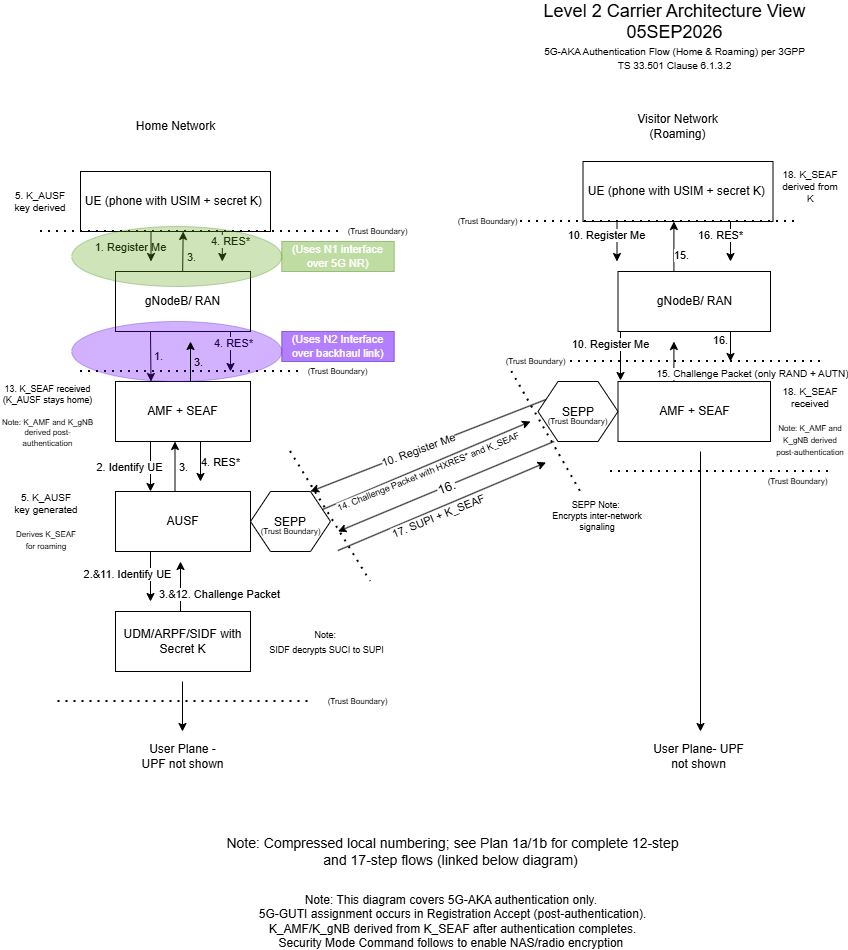
Sully-code/Security_Plus_Systems_Project keeps this draw.io diagram as Missions/Mission 01/M1 Execution Docs/Phase 1/Segment 1.2/Level 2 Diagram.png. Above is the earlier version. Source tidied: cells renumbered, new cells last; positions are measured from the earlier drawing's top-left corner, leaving out a move shared by most shapes.
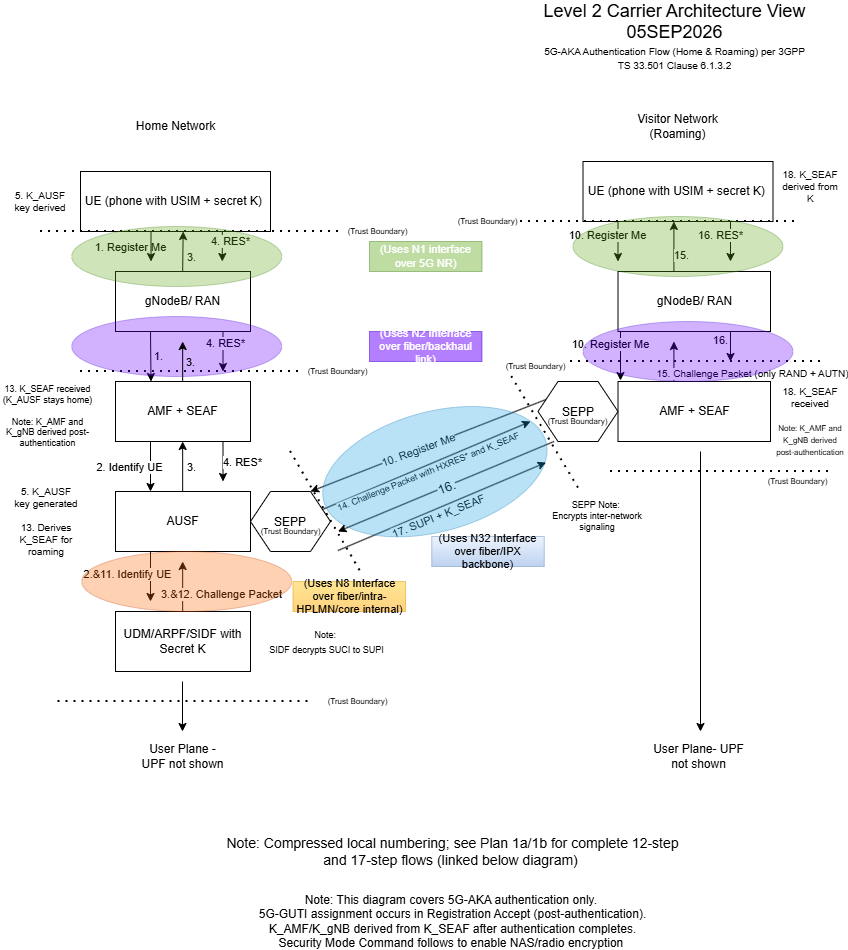
After the change.

Commit message:
Transport markings added to diagram

The edit, as a diff of the source:
```diff
@@ -73,8 +73,8 @@
     </mxCell>
     <mxCell id="20" style="endArrow=classic;html=1;rounded=0;" parent="1" edge="1">
       <mxGeometry relative="1" as="geometry">
-        <mxPoint x="180" y="610" as="sourcePoint" />
-        <mxPoint x="180" y="560" as="targetPoint" />
+        <mxPoint x="182.2" y="610" as="sourcePoint" />
+        <mxPoint x="182.2" y="560" as="targetPoint" />
       </mxGeometry>
     </mxCell>
     <mxCell id="21" value="3.&amp;amp;12. Challenge Packet" style="edgeLabel;html=1;align=center;verticalAlign=middle;" parent="20" vertex="1">
@@ -84,8 +84,8 @@
     </mxCell>
     <mxCell id="22" style="endArrow=classic;html=1;rounded=0;" parent="1" edge="1">
       <mxGeometry relative="1" as="geometry">
-        <mxPoint x="174.5" y="490" as="sourcePoint" />
-        <mxPoint x="174.5" y="440" as="targetPoint" />
+        <mxPoint x="182.2" y="490" as="sourcePoint" />
+        <mxPoint x="182.2" y="440" as="targetPoint" />
       </mxGeometry>
     </mxCell>
     <mxCell id="23" value="3." style="edgeLabel;html=1;align=center;verticalAlign=middle;" parent="22" vertex="1">
@@ -106,8 +106,8 @@
     </mxCell>
     <mxCell id="26" style="endArrow=classic;html=1;rounded=0;" parent="1" edge="1">
       <mxGeometry relative="1" as="geometry">
-        <mxPoint x="230" y="330" as="sourcePoint" />
-        <mxPoint x="230" y="370" as="targetPoint" />
+        <mxPoint x="222.5" y="330" as="sourcePoint" />
+        <mxPoint x="222.5" y="370" as="targetPoint" />
       </mxGeometry>
     </mxCell>
     <mxCell id="27" value="4. RES*" style="edgeLabel;html=1;align=center;verticalAlign=middle;" parent="26" vertex="1">
@@ -117,8 +117,8 @@
     </mxCell>
     <mxCell id="28" style="endArrow=classic;html=1;rounded=0;" parent="1" edge="1">
       <mxGeometry relative="1" as="geometry">
-        <mxPoint x="200" y="440" as="sourcePoint" />
-        <mxPoint x="200" y="480" as="targetPoint" />
+        <mxPoint x="222.5" y="440" as="sourcePoint" />
+        <mxPoint x="222.5" y="480" as="targetPoint" />
       </mxGeometry>
     </mxCell>
     <mxCell id="29" value="4. RES*" style="edgeLabel;html=1;align=center;verticalAlign=middle;" parent="28" vertex="1">
@@ -126,7 +126,7 @@
         <mxPoint x="19" as="offset" />
       </mxGeometry>
     </mxCell>
-    <mxCell id="30" value="5. K_AUSF key generated&lt;div&gt;&lt;br&gt;&lt;/div&gt;&lt;div&gt;&lt;font style=&quot;font-size: 8px;&quot;&gt;Derives K_SEAF for roaming&lt;/font&gt;&lt;/div&gt;" style="text;html=1;whiteSpace=wrap;strokeColor=none;fillColor=none;align=center;verticalAlign=middle;rounded=0;fontSize=10;" parent="1" vertex="1">
+    <mxCell id="30" value="5. K_AUSF key generated&lt;div&gt;&lt;br&gt;&lt;/div&gt;&lt;div&gt;&lt;font&gt;13. Derives K_SEAF for roaming&lt;/font&gt;&lt;/div&gt;" style="text;html=1;whiteSpace=wrap;strokeColor=none;fillColor=none;align=center;verticalAlign=middle;rounded=0;fontSize=10;" parent="1" vertex="1">
       <mxGeometry x="11.2" y="505" width="70" height="30" as="geometry" />
     </mxCell>
     <mxCell id="31" value="5. K_AUSF key derived" style="text;html=1;whiteSpace=wrap;strokeColor=none;fillColor=none;align=center;verticalAlign=middle;rounded=0;fontSize=10;" parent="1" vertex="1">
@@ -134,8 +134,8 @@
     </mxCell>
     <mxCell id="32" style="endArrow=classic;html=1;rounded=0;" parent="1" edge="1">
       <mxGeometry relative="1" as="geometry">
-        <mxPoint x="616.5" y="220" as="sourcePoint" />
-        <mxPoint x="616.5" y="260" as="targetPoint" />
+        <mxPoint x="617.5" y="220" as="sourcePoint" />
+        <mxPoint x="617.5" y="260" as="targetPoint" />
       </mxGeometry>
     </mxCell>
     <mxCell id="33" value="10. Register Me" style="edgeLabel;html=1;align=center;verticalAlign=middle;" parent="32" vertex="1">
@@ -238,7 +238,7 @@
         <mxPoint y="1" as="offset" />
       </mxGeometry>
     </mxCell>
-    <mxCell id="53" value="13. K_SEAF received (K_AUSF stays home)&lt;div&gt;&lt;br&gt;&lt;div&gt;&lt;font style=&quot;font-size: 8px;&quot;&gt;Note: K_AMF and K_gNB derived post-authentication&lt;/font&gt;&lt;/div&gt;&lt;/div&gt;" style="text;html=1;whiteSpace=wrap;strokeColor=none;fillColor=none;align=center;verticalAlign=middle;rounded=0;fontSize=9;" parent="1" vertex="1">
+    <mxCell id="53" value="13. K_SEAF received (K_AUSF stays home)&lt;div&gt;&lt;br&gt;&lt;div&gt;&lt;font&gt;Note: K_AMF and K_gNB derived post-authentication&lt;/font&gt;&lt;/div&gt;&lt;/div&gt;" style="text;html=1;whiteSpace=wrap;strokeColor=none;fillColor=none;align=center;verticalAlign=middle;rounded=0;fontSize=9;" parent="1" vertex="1">
       <mxGeometry y="400" width="95" height="30" as="geometry" />
     </mxCell>
     <mxCell id="54" style="endArrow=classic;html=1;rounded=0;exitX=1;exitY=0.25;exitDx=0;exitDy=0;" parent="1" edge="1">
@@ -266,7 +266,7 @@
     <mxCell id="59" style="endArrow=none;dashed=1;html=1;dashPattern=1 3;strokeWidth=2;rounded=0;" parent="1" edge="1">
       <mxGeometry relative="1" as="geometry">
         <mxPoint x="290" y="450" as="sourcePoint" />
-        <mxPoint x="370" y="580" as="targetPoint" />
+        <mxPoint x="360" y="570" as="targetPoint" />
       </mxGeometry>
     </mxCell>
     <mxCell id="60" style="endArrow=none;dashed=1;html=1;dashPattern=1 3;strokeWidth=2;rounded=0;" parent="1" edge="1">
@@ -282,21 +282,21 @@
       </mxGeometry>
     </mxCell>
     <mxCell id="62" value="(Trust Boundary)" style="text;html=1;whiteSpace=wrap;strokeColor=none;fillColor=none;align=center;verticalAlign=middle;rounded=0;fontSize=8;" parent="1" vertex="1">
-      <mxGeometry x="487.5" y="350" width="95" height="20" as="geometry" />
+      <mxGeometry x="487.5" y="355" width="95" height="20" as="geometry" />
     </mxCell>
     <mxCell id="63" value="(Trust Boundary)" style="text;html=1;whiteSpace=wrap;strokeColor=none;fillColor=none;align=center;verticalAlign=middle;rounded=0;fontSize=8;" parent="1" vertex="1">
       <mxGeometry x="290" y="360" width="95" height="20" as="geometry" />
     </mxCell>
     <mxCell id="64" style="ellipse;whiteSpace=wrap;html=1;shapeInside=1;labelBackgroundColor=none;textOpacity=5;labelBorderColor=none;fillColor=#6a00ff;fontColor=#ffffff;strokeColor=#3700CC;opacity=30;" parent="1" vertex="1">
-      <mxGeometry x="71.2" y="320" width="210" height="60" as="geometry" />
+      <mxGeometry x="71.2" y="315" width="210" height="60" as="geometry" />
     </mxCell>
     <mxCell id="65" value="(Uses N1 interface over 5G NR)" style="text;html=1;whiteSpace=wrap;strokeColor=#2D7600;fillColor=#60a917;align=center;verticalAlign=middle;rounded=0;fontSize=11;fontColor=light-dark(#FFFFFF,#FFFFFF);opacity=40;" parent="1" vertex="1">
-      <mxGeometry x="281.2" y="240" width="112.5" height="30" as="geometry" />
+      <mxGeometry x="369" y="240" width="112.5" height="30" as="geometry" />
     </mxCell>
     <mxCell id="66" style="endArrow=classic;html=1;rounded=0;" parent="1" edge="1">
       <mxGeometry relative="1" as="geometry">
-        <mxPoint x="190" y="380" as="sourcePoint" />
-        <mxPoint x="190" y="340" as="targetPoint" />
+        <mxPoint x="182.2" y="380" as="sourcePoint" />
+        <mxPoint x="182.2" y="340" as="targetPoint" />
       </mxGeometry>
     </mxCell>
     <mxCell id="67" value="3." style="edgeLabel;html=1;align=center;verticalAlign=middle;labelBackgroundColor=none;" parent="66" vertex="1">
@@ -304,8 +304,8 @@
         <mxPoint x="7" as="offset" />
       </mxGeometry>
     </mxCell>
-    <mxCell id="68" value="(Uses N2 Interface over backhaul link)" style="text;html=1;whiteSpace=wrap;strokeColor=#3700CC;fillColor=#6a00ff;align=center;verticalAlign=middle;rounded=0;fontColor=light-dark(#FFFFFF,#FFFFFF);opacity=50;fontSize=11;" parent="1" vertex="1">
-      <mxGeometry x="281.2" y="330" width="112.5" height="30" as="geometry" />
+    <mxCell id="68" value="(Uses N2 Interface over fiber/backhaul link)" style="text;html=1;whiteSpace=wrap;strokeColor=#3700CC;fillColor=#6a00ff;align=center;verticalAlign=middle;rounded=0;fontColor=light-dark(#FFFFFF,#FFFFFF);opacity=50;fontSize=11;" parent="1" vertex="1">
+      <mxGeometry x="369" y="330" width="112.5" height="30" as="geometry" />
     </mxCell>
     <mxCell id="69" style="endArrow=none;dashed=1;html=1;dashPattern=1 3;strokeWidth=2;rounded=0;" parent="1" edge="1">
       <mxGeometry relative="1" as="geometry">
@@ -401,5 +401,23 @@
     <mxCell id="90" value="Note: This diagram covers 5G-AKA authentication only.&amp;nbsp;&lt;div&gt;5G-GUTI assignment occurs in Registration Accept (post-authentication). K_AMF/K_gNB derived from K_SEAF after authentication completes. Security Mode Command follows to enable NAS/radio encryption&amp;nbsp;&lt;/div&gt;" style="text;html=1;whiteSpace=wrap;strokeColor=none;fillColor=none;align=center;verticalAlign=middle;rounded=0;" parent="1" vertex="1">
       <mxGeometry x="248.1" y="910" width="408.8" height="20" as="geometry" />
     </mxCell>
+    <mxCell id="91" style="ellipse;whiteSpace=wrap;html=1;shapeInside=1;labelBackgroundColor=none;textOpacity=5;labelBorderColor=none;fillColor=#6a00ff;fontColor=#ffffff;strokeColor=#3700CC;opacity=30;" parent="1" vertex="1">
+      <mxGeometry x="582.5" y="320" width="210" height="60" as="geometry" />
+    </mxCell>
+    <mxCell id="92" style="ellipse;whiteSpace=wrap;html=1;shapeInside=1;labelBackgroundColor=none;textOpacity=5;labelBorderColor=none;fillColor=#60a917;fontColor=light-dark(#FFFFFF,#FFFFFF);strokeColor=#2D7600;opacity=30;" parent="1" vertex="1">
+      <mxGeometry x="572.5" y="215" width="210" height="60" as="geometry" />
+    </mxCell>
+    <mxCell id="93" style="ellipse;whiteSpace=wrap;html=1;shapeInside=1;labelBackgroundColor=none;textOpacity=5;labelBorderColor=none;fillColor=#fa6800;fontColor=#000000;strokeColor=#C73500;opacity=30;" parent="1" vertex="1">
+      <mxGeometry x="81.2" y="550" width="210" height="60" as="geometry" />
+    </mxCell>
+    <mxCell id="94" style="ellipse;whiteSpace=wrap;html=1;shapeInside=1;labelBackgroundColor=none;textOpacity=5;labelBorderColor=none;fillColor=#1ba1e2;fontColor=#ffffff;strokeColor=#006EAF;opacity=30;rotation=-15;" parent="1" vertex="1">
+      <mxGeometry x="319.4" y="410.2" width="230" height="120" as="geometry" />
+    </mxCell>
+    <mxCell id="95" value="(Uses N32 Interface over fiber/IPX backbone)" style="text;html=1;whiteSpace=wrap;strokeColor=#6c8ebf;fillColor=#dae8fc;align=center;verticalAlign=middle;rounded=0;opacity=50;fontSize=11;gradientColor=#7ea6e0;" parent="1" vertex="1">
+      <mxGeometry x="431.2" y="535" width="112.5" height="30" as="geometry" />
+    </mxCell>
+    <mxCell id="96" value="(Uses N8 Interface over fiber/intra-HPLMN/core internal)" style="text;html=1;whiteSpace=wrap;strokeColor=#d79b00;fillColor=#ffcd28;align=center;verticalAlign=middle;rounded=0;opacity=50;fontSize=11;gradientColor=#ffa500;" parent="1" vertex="1">
+      <mxGeometry x="292.5" y="580" width="112.5" height="30" as="geometry" />
+    </mxCell>
   </root>
 </mxGraphModel>
```
